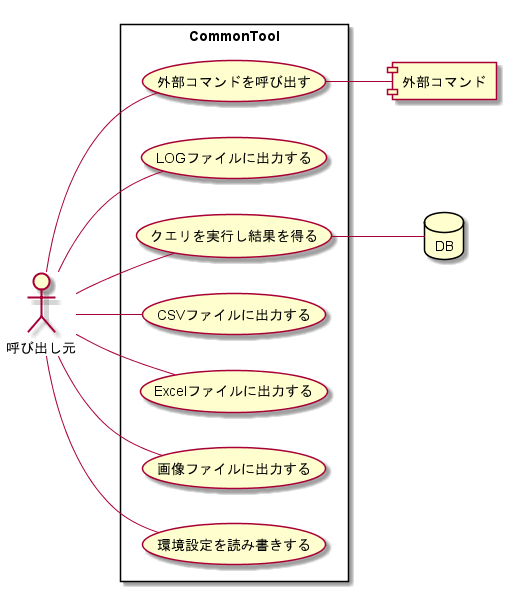
Before: doc/01_要件定義/img/ユースケース図.png, a diagram exported from PlantUML (hirorich/CommonTool).
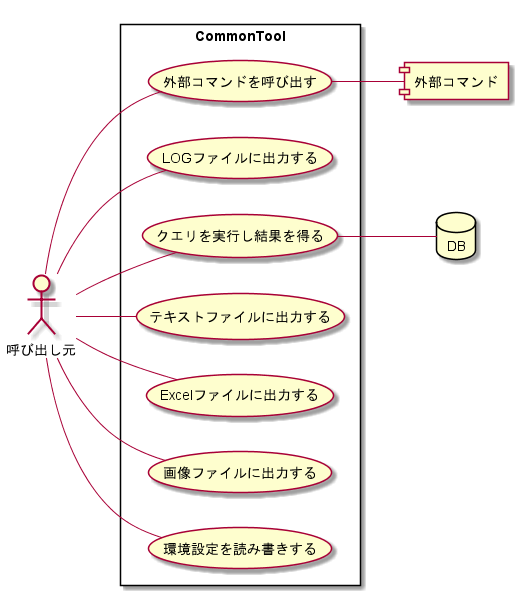
After the change.

What changed in the source:
```diff
@@ -8,7 +8,7 @@
   usecase (外部コマンドを呼び出す) as (外部コマンド実行)
   usecase (LOGファイルに出力する) as (LOG)
   usecase (クエリを実行し結果を得る) as (DB操作)
-  usecase (CSVファイルに出力する) as (CSV)
+  usecase (テキストファイルに出力する) as (TEXT)
   usecase (Excelファイルに出力する) as (Excel)
   usecase (画像ファイルに出力する) as (IMAGE)
   usecase (環境設定を読み書きする) as (環境設定)
@@ -21,7 +21,7 @@
 
 呼び出し元 -- (LOG)
 呼び出し元 -- (DB操作)
-呼び出し元 -- (CSV)
+呼び出し元 -- (TEXT)
 呼び出し元 -- (Excel)
 呼び出し元 -- (外部コマンド実行)
 呼び出し元 -- (IMAGE)
```
